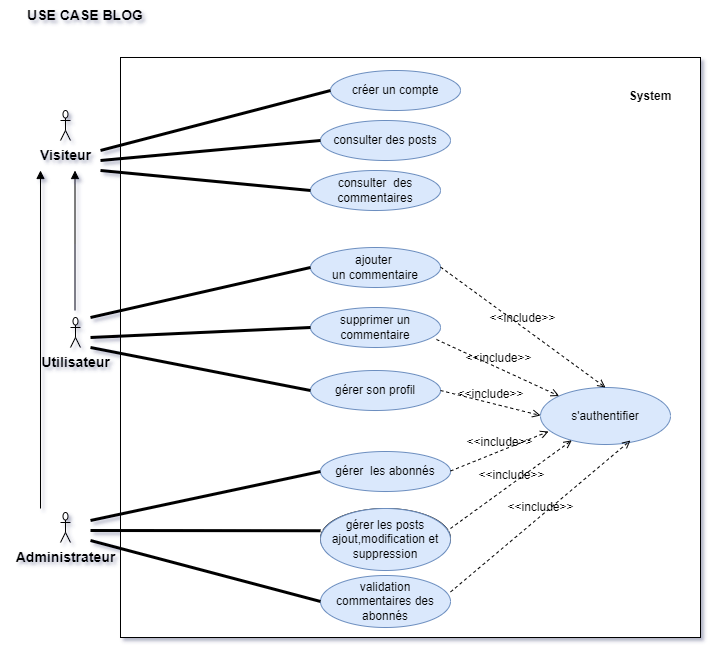
Above: diagrammes/use-case-blog.png in jobafa/P5-BLOG-OC-php-symfony (draw.io), before the change. Source tidied: cells renumbered, new cells last; positions are measured from the earlier drawing's top-left corner, leaving out a move shared by most shapes. Source of this version:
```xml
<mxGraphModel shadow="1">
  <root>
    <mxCell id="0" />
    <mxCell id="1" parent="0" />
    <mxCell id="2" style="whiteSpace=wrap;html=1;fontSize=12;" parent="1" vertex="1">
      <mxGeometry x="120" y="57" width="580" height="580" as="geometry" />
    </mxCell>
    <mxCell id="3" value="&lt;b&gt;&lt;font style=&quot;font-size: 14px&quot;&gt;USE CASE BLOG&lt;/font&gt;&lt;/b&gt;" style="text;html=1;strokeColor=none;fillColor=none;align=center;verticalAlign=middle;whiteSpace=wrap;rounded=0;" parent="1" vertex="1">
      <mxGeometry width="170" height="30" as="geometry" />
    </mxCell>
    <mxCell id="4" value="&lt;b&gt;Visiteur&lt;/b&gt;" style="shape=umlActor;verticalLabelPosition=bottom;verticalAlign=top;html=1;fontSize=14;" parent="1" vertex="1">
      <mxGeometry x="60" y="110" width="10" height="30" as="geometry" />
    </mxCell>
    <mxCell id="5" value="&lt;b&gt;&lt;font style=&quot;font-size: 12px&quot;&gt;System&lt;/font&gt;&lt;/b&gt;" style="text;html=1;strokeColor=none;fillColor=none;align=center;verticalAlign=middle;whiteSpace=wrap;rounded=0;fontSize=14;" parent="1" vertex="1">
      <mxGeometry x="620" y="80" width="60" height="30" as="geometry" />
    </mxCell>
    <mxCell id="6" value="&lt;b&gt;Utilisateur&lt;/b&gt;" style="shape=umlActor;verticalLabelPosition=bottom;verticalAlign=top;html=1;fontSize=14;" parent="1" vertex="1">
      <mxGeometry x="70" y="317" width="10" height="30" as="geometry" />
    </mxCell>
    <mxCell id="7" value="&lt;b&gt;Administrateur&lt;/b&gt;" style="shape=umlActor;verticalLabelPosition=bottom;verticalAlign=top;html=1;fontSize=14;" parent="1" vertex="1">
      <mxGeometry x="60" y="512" width="10" height="30" as="geometry" />
    </mxCell>
    <mxCell id="8" value="consulter des posts" style="ellipse;whiteSpace=wrap;html=1;fontSize=12;fillColor=#dae8fc;strokeColor=#6c8ebf;" parent="1" vertex="1">
      <mxGeometry x="320" y="120" width="130" height="40" as="geometry" />
    </mxCell>
    <mxCell id="9" value="&lt;span&gt;consulter&amp;nbsp; des commentaires&lt;/span&gt;" style="ellipse;whiteSpace=wrap;html=1;fontSize=12;fillColor=#dae8fc;strokeColor=#6c8ebf;" parent="1" vertex="1">
      <mxGeometry x="310" y="170" width="130" height="40" as="geometry" />
    </mxCell>
    <mxCell id="10" value="&lt;span&gt;ajouter &lt;br&gt;un commentaire&lt;/span&gt;" style="ellipse;whiteSpace=wrap;html=1;fontSize=12;fillColor=#dae8fc;strokeColor=#6c8ebf;" parent="1" vertex="1">
      <mxGeometry x="310" y="247" width="130" height="40" as="geometry" />
    </mxCell>
    <mxCell id="11" value="supprimer un commentaire" style="ellipse;whiteSpace=wrap;html=1;fontSize=12;fillColor=#dae8fc;strokeColor=#6c8ebf;" parent="1" vertex="1">
      <mxGeometry x="310" y="307" width="130" height="40" as="geometry" />
    </mxCell>
    <mxCell id="12" value="créer un compte" style="ellipse;whiteSpace=wrap;html=1;fontSize=12;fillColor=#dae8fc;strokeColor=#6c8ebf;" parent="1" vertex="1">
      <mxGeometry x="330" y="70" width="130" height="40" as="geometry" />
    </mxCell>
    <mxCell id="13" value="s'authentifier" style="ellipse;whiteSpace=wrap;html=1;fontSize=12;fillColor=#dae8fc;strokeColor=#6c8ebf;" parent="1" vertex="1">
      <mxGeometry x="540" y="387" width="130" height="57" as="geometry" />
    </mxCell>
    <mxCell id="14" value="gérer son profil" style="ellipse;whiteSpace=wrap;html=1;fontSize=12;fillColor=#dae8fc;strokeColor=#6c8ebf;" parent="1" vertex="1">
      <mxGeometry x="310" y="370" width="130" height="40" as="geometry" />
    </mxCell>
    <mxCell id="15" value="gérer les posts&lt;br&gt;ajout, modification, suppression" style="ellipse;whiteSpace=wrap;html=1;fontSize=12;" parent="1" vertex="1">
      <mxGeometry x="320" y="508" width="130" height="60" as="geometry" />
    </mxCell>
    <mxCell id="16" value="validation commentaires des abonnés" style="ellipse;whiteSpace=wrap;html=1;fontSize=12;fillColor=#dae8fc;strokeColor=#6c8ebf;" parent="1" vertex="1">
      <mxGeometry x="320" y="575" width="130" height="52" as="geometry" />
    </mxCell>
    <mxCell id="17" value="gérer&amp;nbsp; les abonnés" style="ellipse;whiteSpace=wrap;html=1;fontSize=12;fillColor=#dae8fc;strokeColor=#6c8ebf;" parent="1" vertex="1">
      <mxGeometry x="320" y="451" width="130" height="40" as="geometry" />
    </mxCell>
    <mxCell id="18" value="&amp;lt;&amp;lt;include&amp;gt;&amp;gt;" style="html=1;verticalAlign=bottom;labelBackgroundColor=none;endArrow=open;endFill=0;dashed=1;rounded=0;fontSize=12;entryX=0.5;entryY=0;entryDx=0;entryDy=0;" parent="1" edge="1" target="13">
      <mxGeometry relative="1" as="geometry">
        <mxPoint x="440" y="266.5" as="sourcePoint" />
      </mxGeometry>
    </mxCell>
    <mxCell id="19" value="&amp;lt;&amp;lt;include&amp;gt;&amp;gt;" style="html=1;verticalAlign=bottom;labelBackgroundColor=none;endArrow=open;endFill=0;dashed=1;rounded=0;fontSize=12;entryX=0;entryY=0;entryDx=0;entryDy=0;exitX=0.969;exitY=0.8;exitDx=0;exitDy=0;exitPerimeter=0;" parent="1" edge="1" source="11" target="13">
      <mxGeometry relative="1" as="geometry" />
    </mxCell>
    <mxCell id="20" value="&amp;lt;&amp;lt;include&amp;gt;&amp;gt;" style="html=1;verticalAlign=bottom;labelBackgroundColor=none;endArrow=open;endFill=0;dashed=1;rounded=0;fontSize=12;" parent="1" edge="1">
      <mxGeometry relative="1" as="geometry">
        <mxPoint x="440" y="390" as="sourcePoint" />
        <mxPoint x="540" y="415" as="targetPoint" />
      </mxGeometry>
    </mxCell>
    <mxCell id="21" value="&amp;lt;&amp;lt;include&amp;gt;&amp;gt;" style="html=1;verticalAlign=bottom;labelBackgroundColor=none;endArrow=open;endFill=0;dashed=1;rounded=0;fontSize=12;entryX=0.062;entryY=0.772;entryDx=0;entryDy=0;entryPerimeter=0;" parent="1" edge="1" target="13">
      <mxGeometry relative="1" as="geometry">
        <mxPoint x="450" y="470.5" as="sourcePoint" />
      </mxGeometry>
    </mxCell>
    <mxCell id="22" value="&amp;lt;&amp;lt;include&amp;gt;&amp;gt;" style="html=1;verticalAlign=bottom;labelBackgroundColor=none;endArrow=open;endFill=0;dashed=1;rounded=0;fontSize=12;entryX=0.692;entryY=0.93;entryDx=0;entryDy=0;entryPerimeter=0;" parent="1" edge="1" target="13">
      <mxGeometry relative="1" as="geometry">
        <mxPoint x="450" y="591.5" as="sourcePoint" />
      </mxGeometry>
    </mxCell>
    <mxCell id="23" value="&amp;lt;&amp;lt;include&amp;gt;&amp;gt;" style="html=1;verticalAlign=bottom;labelBackgroundColor=none;endArrow=open;endFill=0;dashed=1;rounded=0;fontSize=12;" parent="1" edge="1" target="13">
      <mxGeometry relative="1" as="geometry">
        <mxPoint x="450" y="528" as="sourcePoint" />
      </mxGeometry>
    </mxCell>
    <mxCell id="24" style="html=1;verticalAlign=bottom;labelBackgroundColor=none;endArrow=block;endFill=1;rounded=0;fontSize=12;" parent="1" edge="1">
      <mxGeometry relative="1" as="geometry">
        <mxPoint x="40" y="508" as="sourcePoint" />
        <mxPoint x="40" y="170" as="targetPoint" />
      </mxGeometry>
    </mxCell>
    <mxCell id="25" style="html=1;verticalAlign=bottom;labelBackgroundColor=none;endArrow=block;endFill=1;rounded=0;fontSize=12;" parent="1" edge="1">
      <mxGeometry relative="1" as="geometry">
        <mxPoint x="74.5" y="310" as="sourcePoint" />
        <mxPoint x="74.5" y="170" as="targetPoint" />
      </mxGeometry>
    </mxCell>
    <mxCell id="26" style="endArrow=none;startArrow=none;endFill=0;startFill=0;endSize=8;html=1;verticalAlign=bottom;labelBackgroundColor=none;strokeWidth=3;rounded=0;fontSize=12;entryX=0;entryY=0.5;entryDx=0;entryDy=0;" parent="1" edge="1" target="12">
      <mxGeometry relative="1" as="geometry">
        <mxPoint x="100" y="150" as="sourcePoint" />
      </mxGeometry>
    </mxCell>
    <mxCell id="27" style="endArrow=none;startArrow=none;endFill=0;startFill=0;endSize=8;html=1;verticalAlign=bottom;labelBackgroundColor=none;strokeWidth=3;rounded=0;fontSize=12;entryX=0;entryY=0.5;entryDx=0;entryDy=0;" parent="1" edge="1" target="9">
      <mxGeometry relative="1" as="geometry">
        <mxPoint x="100" y="170" as="sourcePoint" />
      </mxGeometry>
    </mxCell>
    <mxCell id="28" style="endArrow=none;startArrow=none;endFill=0;startFill=0;endSize=8;html=1;verticalAlign=bottom;labelBackgroundColor=none;strokeWidth=3;rounded=0;fontSize=12;entryX=0;entryY=0.5;entryDx=0;entryDy=0;" parent="1" edge="1" target="8">
      <mxGeometry relative="1" as="geometry">
        <mxPoint x="100" y="160" as="sourcePoint" />
      </mxGeometry>
    </mxCell>
    <mxCell id="29" style="endArrow=none;startArrow=none;endFill=0;startFill=0;endSize=8;html=1;verticalAlign=bottom;labelBackgroundColor=none;strokeWidth=3;rounded=0;fontSize=12;entryX=0;entryY=0.5;entryDx=0;entryDy=0;" parent="1" edge="1" target="10">
      <mxGeometry relative="1" as="geometry">
        <mxPoint x="90" y="317" as="sourcePoint" />
      </mxGeometry>
    </mxCell>
    <mxCell id="30" style="endArrow=none;startArrow=none;endFill=0;startFill=0;endSize=8;html=1;verticalAlign=bottom;labelBackgroundColor=none;strokeWidth=3;rounded=0;fontSize=12;entryX=0;entryY=0.5;entryDx=0;entryDy=0;" parent="1" edge="1" target="11">
      <mxGeometry relative="1" as="geometry">
        <mxPoint x="90" y="337" as="sourcePoint" />
      </mxGeometry>
    </mxCell>
    <mxCell id="31" style="endArrow=none;startArrow=none;endFill=0;startFill=0;endSize=8;html=1;verticalAlign=bottom;labelBackgroundColor=none;strokeWidth=3;rounded=0;fontSize=12;entryX=0;entryY=0.5;entryDx=0;entryDy=0;" parent="1" edge="1" target="14">
      <mxGeometry relative="1" as="geometry">
        <mxPoint x="90" y="347" as="sourcePoint" />
      </mxGeometry>
    </mxCell>
    <mxCell id="32" style="endArrow=none;startArrow=none;endFill=0;startFill=0;endSize=8;html=1;verticalAlign=bottom;labelBackgroundColor=none;strokeWidth=3;rounded=0;fontSize=12;entryX=0;entryY=0.5;entryDx=0;entryDy=0;" parent="1" edge="1" target="16">
      <mxGeometry relative="1" as="geometry">
        <mxPoint x="90" y="540" as="sourcePoint" />
      </mxGeometry>
    </mxCell>
    <mxCell id="33" style="endArrow=none;startArrow=none;endFill=0;startFill=0;endSize=8;html=1;verticalAlign=bottom;labelBackgroundColor=none;strokeWidth=3;rounded=0;fontSize=12;entryX=0.316;entryY=0.825;entryDx=0;entryDy=0;entryPerimeter=0;" parent="1" edge="1">
      <mxGeometry relative="1" as="geometry">
        <mxPoint x="90" y="530" as="sourcePoint" />
        <mxPoint x="320.1" y="530.2" as="targetPoint" />
      </mxGeometry>
    </mxCell>
    <mxCell id="34" style="endArrow=none;startArrow=none;endFill=0;startFill=0;endSize=8;html=1;verticalAlign=bottom;labelBackgroundColor=none;strokeWidth=3;rounded=0;fontSize=12;entryX=0;entryY=0.5;entryDx=0;entryDy=0;" parent="1" edge="1" target="17">
      <mxGeometry relative="1" as="geometry">
        <mxPoint x="90" y="520" as="sourcePoint" />
      </mxGeometry>
    </mxCell>
    <mxCell id="35" value="gérer les posts&lt;br&gt;ajout,modification et suppression" style="ellipse;whiteSpace=wrap;html=1;fontSize=12;fillColor=#dae8fc;strokeColor=#6c8ebf;" parent="1" vertex="1">
      <mxGeometry x="320" y="508" width="130" height="62" as="geometry" />
    </mxCell>
  </root>
</mxGraphModel>
```
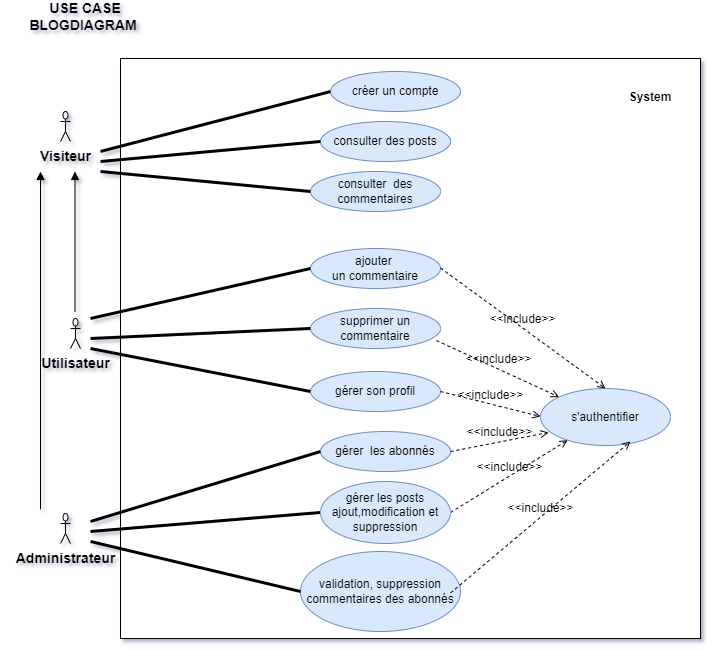
After the change.

The edit, as a diff of the source:
```diff
@@ -5,7 +5,7 @@
     <mxCell id="2" style="whiteSpace=wrap;html=1;fontSize=12;" parent="1" vertex="1">
       <mxGeometry x="120" y="57" width="580" height="580" as="geometry" />
     </mxCell>
-    <mxCell id="3" value="&lt;b&gt;&lt;font style=&quot;font-size: 14px&quot;&gt;USE CASE BLOG&lt;/font&gt;&lt;/b&gt;" style="text;html=1;strokeColor=none;fillColor=none;align=center;verticalAlign=middle;whiteSpace=wrap;rounded=0;" parent="1" vertex="1">
+    <mxCell id="3" value="&lt;b&gt;&lt;font style=&quot;font-size: 14px&quot;&gt;USE CASE BLOG&lt;/font&gt;&lt;/b&gt;&lt;b&gt;&lt;font style=&quot;font-size: 14px&quot;&gt;DIAGRAM&amp;nbsp;&lt;/font&gt;&lt;/b&gt;" style="text;html=1;strokeColor=none;fillColor=none;align=center;verticalAlign=middle;whiteSpace=wrap;rounded=0;" parent="1" vertex="1">
       <mxGeometry width="170" height="30" as="geometry" />
     </mxCell>
     <mxCell id="4" value="&lt;b&gt;Visiteur&lt;/b&gt;" style="shape=umlActor;verticalLabelPosition=bottom;verticalAlign=top;html=1;fontSize=14;" parent="1" vertex="1">
@@ -41,14 +41,11 @@
     <mxCell id="14" value="gérer son profil" style="ellipse;whiteSpace=wrap;html=1;fontSize=12;fillColor=#dae8fc;strokeColor=#6c8ebf;" parent="1" vertex="1">
       <mxGeometry x="310" y="370" width="130" height="40" as="geometry" />
     </mxCell>
-    <mxCell id="15" value="gérer les posts&lt;br&gt;ajout, modification, suppression" style="ellipse;whiteSpace=wrap;html=1;fontSize=12;" parent="1" vertex="1">
-      <mxGeometry x="320" y="508" width="130" height="60" as="geometry" />
-    </mxCell>
-    <mxCell id="16" value="validation commentaires des abonnés" style="ellipse;whiteSpace=wrap;html=1;fontSize=12;fillColor=#dae8fc;strokeColor=#6c8ebf;" parent="1" vertex="1">
-      <mxGeometry x="320" y="575" width="130" height="52" as="geometry" />
+    <mxCell id="16" value="validation, suppression commentaires des abonnés" style="ellipse;whiteSpace=wrap;html=1;fontSize=12;fillColor=#dae8fc;strokeColor=#6c8ebf;" parent="1" vertex="1">
+      <mxGeometry x="300" y="550" width="160" height="80" as="geometry" />
     </mxCell>
     <mxCell id="17" value="gérer&amp;nbsp; les abonnés" style="ellipse;whiteSpace=wrap;html=1;fontSize=12;fillColor=#dae8fc;strokeColor=#6c8ebf;" parent="1" vertex="1">
-      <mxGeometry x="320" y="451" width="130" height="40" as="geometry" />
+      <mxGeometry x="320" y="430" width="130" height="40" as="geometry" />
     </mxCell>
     <mxCell id="18" value="&amp;lt;&amp;lt;include&amp;gt;&amp;gt;" style="html=1;verticalAlign=bottom;labelBackgroundColor=none;endArrow=open;endFill=0;dashed=1;rounded=0;fontSize=12;entryX=0.5;entryY=0;entryDx=0;entryDy=0;" parent="1" edge="1" target="13">
       <mxGeometry relative="1" as="geometry">
@@ -64,20 +61,16 @@
         <mxPoint x="540" y="415" as="targetPoint" />
       </mxGeometry>
     </mxCell>
-    <mxCell id="21" value="&amp;lt;&amp;lt;include&amp;gt;&amp;gt;" style="html=1;verticalAlign=bottom;labelBackgroundColor=none;endArrow=open;endFill=0;dashed=1;rounded=0;fontSize=12;entryX=0.062;entryY=0.772;entryDx=0;entryDy=0;entryPerimeter=0;" parent="1" edge="1" target="13">
-      <mxGeometry relative="1" as="geometry">
-        <mxPoint x="450" y="470.5" as="sourcePoint" />
-      </mxGeometry>
+    <mxCell id="21" value="&amp;lt;&amp;lt;include&amp;gt;&amp;gt;" style="html=1;verticalAlign=bottom;labelBackgroundColor=none;endArrow=open;endFill=0;dashed=1;rounded=0;fontSize=12;entryX=0.062;entryY=0.772;entryDx=0;entryDy=0;entryPerimeter=0;exitX=1;exitY=0.5;exitDx=0;exitDy=0;" parent="1" edge="1" source="17" target="13">
+      <mxGeometry relative="1" as="geometry" />
     </mxCell>
     <mxCell id="22" value="&amp;lt;&amp;lt;include&amp;gt;&amp;gt;" style="html=1;verticalAlign=bottom;labelBackgroundColor=none;endArrow=open;endFill=0;dashed=1;rounded=0;fontSize=12;entryX=0.692;entryY=0.93;entryDx=0;entryDy=0;entryPerimeter=0;" parent="1" edge="1" target="13">
       <mxGeometry relative="1" as="geometry">
         <mxPoint x="450" y="591.5" as="sourcePoint" />
       </mxGeometry>
     </mxCell>
-    <mxCell id="23" value="&amp;lt;&amp;lt;include&amp;gt;&amp;gt;" style="html=1;verticalAlign=bottom;labelBackgroundColor=none;endArrow=open;endFill=0;dashed=1;rounded=0;fontSize=12;" parent="1" edge="1" target="13">
-      <mxGeometry relative="1" as="geometry">
-        <mxPoint x="450" y="528" as="sourcePoint" />
-      </mxGeometry>
+    <mxCell id="23" value="&amp;lt;&amp;lt;include&amp;gt;&amp;gt;" style="html=1;verticalAlign=bottom;labelBackgroundColor=none;endArrow=open;endFill=0;dashed=1;rounded=0;fontSize=12;exitX=1;exitY=0.5;exitDx=0;exitDy=0;" parent="1" edge="1" source="35" target="13">
+      <mxGeometry relative="1" as="geometry" />
     </mxCell>
     <mxCell id="24" style="html=1;verticalAlign=bottom;labelBackgroundColor=none;endArrow=block;endFill=1;rounded=0;fontSize=12;" parent="1" edge="1">
       <mxGeometry relative="1" as="geometry">
@@ -126,10 +119,9 @@
         <mxPoint x="90" y="540" as="sourcePoint" />
       </mxGeometry>
     </mxCell>
-    <mxCell id="33" style="endArrow=none;startArrow=none;endFill=0;startFill=0;endSize=8;html=1;verticalAlign=bottom;labelBackgroundColor=none;strokeWidth=3;rounded=0;fontSize=12;entryX=0.316;entryY=0.825;entryDx=0;entryDy=0;entryPerimeter=0;" parent="1" edge="1">
+    <mxCell id="33" style="endArrow=none;startArrow=none;endFill=0;startFill=0;endSize=8;html=1;verticalAlign=bottom;labelBackgroundColor=none;strokeWidth=3;rounded=0;fontSize=12;entryX=0;entryY=0.5;entryDx=0;entryDy=0;" parent="1" edge="1" target="35">
       <mxGeometry relative="1" as="geometry">
         <mxPoint x="90" y="530" as="sourcePoint" />
-        <mxPoint x="320.1" y="530.2" as="targetPoint" />
       </mxGeometry>
     </mxCell>
     <mxCell id="34" style="endArrow=none;startArrow=none;endFill=0;startFill=0;endSize=8;html=1;verticalAlign=bottom;labelBackgroundColor=none;strokeWidth=3;rounded=0;fontSize=12;entryX=0;entryY=0.5;entryDx=0;entryDy=0;" parent="1" edge="1" target="17">
@@ -138,7 +130,7 @@
       </mxGeometry>
     </mxCell>
     <mxCell id="35" value="gérer les posts&lt;br&gt;ajout,modification et suppression" style="ellipse;whiteSpace=wrap;html=1;fontSize=12;fillColor=#dae8fc;strokeColor=#6c8ebf;" parent="1" vertex="1">
-      <mxGeometry x="320" y="508" width="130" height="62" as="geometry" />
+      <mxGeometry x="320" y="480" width="130" height="62" as="geometry" />
     </mxCell>
   </root>
 </mxGraphModel>
```
